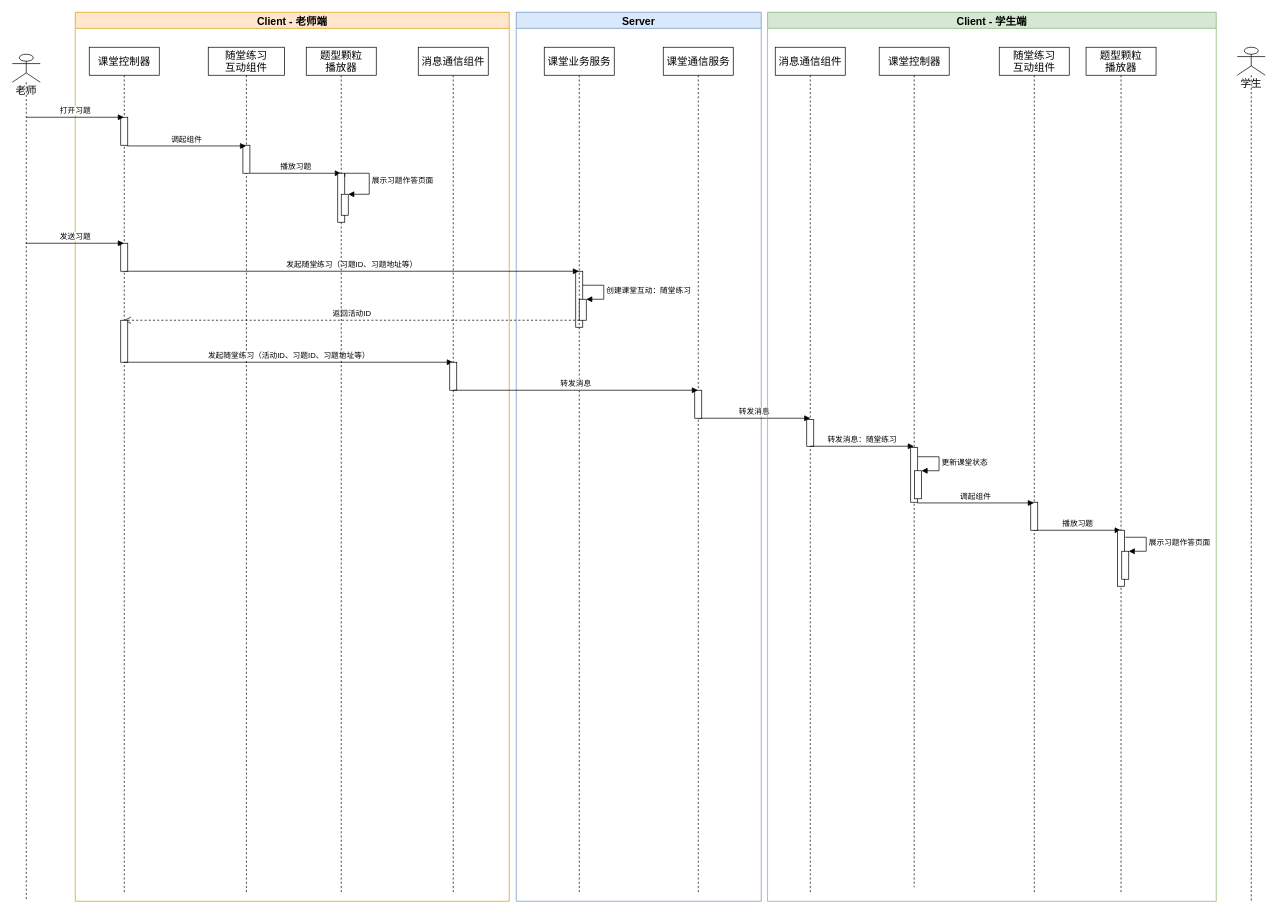
Earlier version of the draw.io diagram page "随堂练习" (7 of 7) of K12-智慧教室.drawio (TinlerLin/SmartClassroom). Source tidied: cells renumbered, new cells numbered last; positions are measured from the earlier drawing's top-left corner, leaving out a move shared by most shapes. Both pictures are drawn from the tidied source at 70%, with x=0, y=0 at pixel (12, 12).
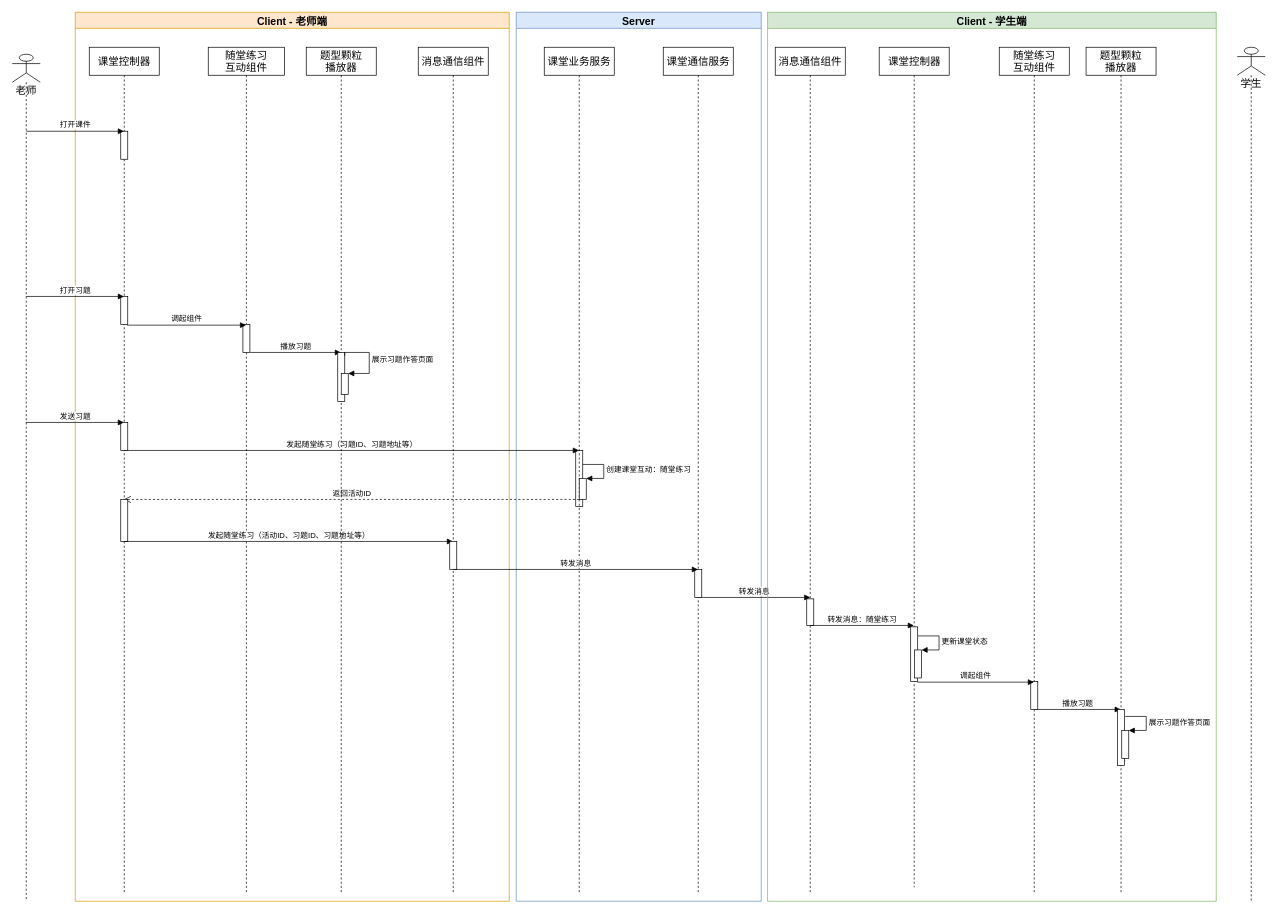
The same diagram, later.

Unchanged cells that the change refers to:
```xml
<mxCell id="2" value="Server" style="swimlane;fontSize=15;strokeWidth=1;fillColor=#dae8fc;strokeColor=#6c8ebf;" parent="1" vertex="1">
  <mxGeometry x="720" width="350" height="1270" as="geometry" />
</mxCell>
<mxCell id="4" value="课堂业务服务" style="shape=umlLifeline;perimeter=lifelinePerimeter;whiteSpace=wrap;html=1;outlineConnect=0;fontSize=15;" parent="2" vertex="1">
  <mxGeometry x="40" y="50" width="100" height="1210" as="geometry" />
</mxCell>
<mxCell id="7" value="课堂通信服务" style="shape=umlLifeline;perimeter=lifelinePerimeter;whiteSpace=wrap;html=1;outlineConnect=0;fontSize=15;" parent="2" vertex="1">
  <mxGeometry x="210" y="50" width="100" height="1210" as="geometry" />
</mxCell>
<mxCell id="12" value="Client - 学生端" style="swimlane;fontSize=15;fillColor=#d5e8d4;strokeColor=#82b366;" parent="1" vertex="1">
  <mxGeometry x="1079" width="641" height="1270" as="geometry" />
</mxCell>
<mxCell id="13" value="随堂练习&lt;br&gt;互动组件" style="shape=umlLifeline;perimeter=lifelinePerimeter;whiteSpace=wrap;html=1;outlineConnect=0;fontSize=15;" parent="12" vertex="1">
  <mxGeometry x="331" y="50" width="100" height="1210" as="geometry" />
</mxCell>
<mxCell id="15" value="课堂控制器" style="shape=umlLifeline;perimeter=lifelinePerimeter;whiteSpace=wrap;html=1;outlineConnect=0;fontSize=15;" parent="12" vertex="1">
  <mxGeometry x="159.5" y="50" width="100" height="1200" as="geometry" />
</mxCell>
<mxCell id="16" value="题型颗粒&lt;br&gt;播放器" style="shape=umlLifeline;perimeter=lifelinePerimeter;whiteSpace=wrap;html=1;outlineConnect=0;fontSize=15;" parent="12" vertex="1">
  <mxGeometry x="455" y="50" width="100" height="1210" as="geometry" />
</mxCell>
<mxCell id="27" value="Client - 老师端" style="swimlane;fontSize=15;fillColor=#ffe6cc;strokeColor=#d79b00;align=center;" parent="1" vertex="1">
  <mxGeometry x="90" width="620" height="1270" as="geometry" />
</mxCell>
<mxCell id="28" value="随堂练习&lt;br&gt;互动组件" style="shape=umlLifeline;perimeter=lifelinePerimeter;whiteSpace=wrap;html=1;outlineConnect=0;fontSize=15;" parent="27" vertex="1">
  <mxGeometry x="190" y="50" width="109" height="1210" as="geometry" />
</mxCell>
<mxCell id="31" value="课堂控制器" style="shape=umlLifeline;perimeter=lifelinePerimeter;whiteSpace=wrap;html=1;outlineConnect=0;fontSize=15;" parent="27" vertex="1">
  <mxGeometry x="20" y="50" width="100" height="1210" as="geometry" />
</mxCell>
<mxCell id="35" value="题型颗粒&lt;br&gt;播放器" style="shape=umlLifeline;perimeter=lifelinePerimeter;whiteSpace=wrap;html=1;outlineConnect=0;fontSize=15;" parent="27" vertex="1">
  <mxGeometry x="330" y="50" width="100" height="1210" as="geometry" />
</mxCell>
<mxCell id="36" value="消息通信组件" style="shape=umlLifeline;perimeter=lifelinePerimeter;whiteSpace=wrap;html=1;outlineConnect=0;fontSize=15;" parent="27" vertex="1">
  <mxGeometry x="490" y="50" width="100" height="1210" as="geometry" />
</mxCell>
<mxCell id="45" value="老师" style="shape=umlLifeline;participant=umlActor;perimeter=lifelinePerimeter;whiteSpace=wrap;html=1;verticalAlign=top;spacingTop=36;outlineConnect=0;fontSize=15;" parent="1" vertex="1">
  <mxGeometry y="60" width="40" height="1210" as="geometry" />
</mxCell>
```

What changed in the source:
```diff
@@
     <mxCell id="3" style="html=1;perimeter=orthogonalPerimeter;" parent="2" vertex="1">
-      <mxGeometry x="85" y="370" width="10" height="80" as="geometry" />
+      <mxGeometry x="85" y="626" width="10" height="80" as="geometry" />
     </mxCell>
@@
     <mxCell id="5" style="html=1;points=[];perimeter=orthogonalPerimeter;" parent="4" vertex="1">
-      <mxGeometry x="50" y="360" width="10" height="30" as="geometry" />
+      <mxGeometry x="50" y="616" width="10" height="30" as="geometry" />
     </mxCell>
     <mxCell id="6" value="创建课堂互动：随堂练习" style="edgeStyle=orthogonalEdgeStyle;html=1;align=left;spacingLeft=2;endArrow=block;rounded=0;entryX=1;entryY=0;" parent="4" edge="1" target="5">
       <mxGeometry relative="1" as="geometry">
-        <mxPoint x="55" y="340" as="sourcePoint" />
+        <mxPoint x="55" y="596" as="sourcePoint" />
         <Array as="points">
-          <mxPoint x="85" y="340" />
+          <mxPoint x="85" y="596" />
         </Array>
       </mxGeometry>
     </mxCell>
@@
     <mxCell id="8" value="转发消息" style="html=1;verticalAlign=bottom;endArrow=block;" parent="7" edge="1">
       <mxGeometry relative="1" as="geometry">
-        <mxPoint x="50" y="530" as="sourcePoint" />
-        <mxPoint x="210" y="530" as="targetPoint" />
+        <mxPoint x="50" y="786" as="sourcePoint" />
+        <mxPoint x="210" y="786" as="targetPoint" />
       </mxGeometry>
     </mxCell>
-    <mxCell id="9" value="返回活动ID" style="html=1;verticalAlign=bottom;endArrow=open;dashed=1;endSize=8;" parent="2" edge="1" target="31">
+    <mxCell id="9" value="返回活动ID" style="html=1;verticalAlign=bottom;endArrow=open;dashed=1;endSize=8;" parent="2" edge="1">
       <mxGeometry relative="1" as="geometry">
-        <mxPoint x="90" y="440" as="sourcePoint" />
+        <mxPoint x="90" y="696" as="sourcePoint" />
+        <mxPoint x="-560.5" y="696" as="targetPoint" />
       </mxGeometry>
     </mxCell>
     <mxCell id="10" style="html=1;perimeter=orthogonalPerimeter;" parent="2" vertex="1">
-      <mxGeometry x="255" y="540" width="10" height="40" as="geometry" />
+      <mxGeometry x="255" y="796" width="10" height="40" as="geometry" />
     </mxCell>
@@
-    <mxCell id="14" value="播放习题" style="html=1;verticalAlign=bottom;endArrow=block;" parent="13" edge="1" target="16">
+    <mxCell id="14" value="播放习题" style="html=1;verticalAlign=bottom;endArrow=block;" parent="13" edge="1">
       <mxGeometry relative="1" as="geometry">
-        <mxPoint x="50" y="690" as="sourcePoint" />
+        <mxPoint x="50" y="946" as="sourcePoint" />
+        <mxPoint x="173.5" y="946" as="targetPoint" />
       </mxGeometry>
     </mxCell>
@@
     <mxCell id="17" style="html=1;perimeter=orthogonalPerimeter;" parent="16" vertex="1">
-      <mxGeometry x="45" y="690" width="10" height="80" as="geometry" />
+      <mxGeometry x="45" y="946" width="10" height="80" as="geometry" />
     </mxCell>
     <mxCell id="18" style="html=1;perimeter=orthogonalPerimeter;" parent="12" vertex="1">
-      <mxGeometry x="56" y="582" width="10" height="38" as="geometry" />
+      <mxGeometry x="56" y="838" width="10" height="38" as="geometry" />
     </mxCell>
-    <mxCell id="19" value="转发消息：随堂练习" style="html=1;verticalAlign=bottom;endArrow=block;" parent="12" edge="1" target="15">
+    <mxCell id="19" value="转发消息：随堂练习" style="html=1;verticalAlign=bottom;endArrow=block;" parent="12" edge="1">
       <mxGeometry relative="1" as="geometry">
-        <mxPoint x="61" y="620" as="sourcePoint" />
+        <mxPoint x="61" y="876" as="sourcePoint" />
+        <mxPoint x="209" y="876" as="targetPoint" />
       </mxGeometry>
     </mxCell>
     <mxCell id="20" style="html=1;perimeter=orthogonalPerimeter;" parent="12" vertex="1">
-      <mxGeometry x="204.5" y="622" width="10" height="78" as="geometry" />
+      <mxGeometry x="204.5" y="878" width="10" height="78" as="geometry" />
     </mxCell>
     <mxCell id="21" style="html=1;points=[];perimeter=orthogonalPerimeter;" parent="12" vertex="1">
-      <mxGeometry x="210" y="655" width="10" height="40" as="geometry" />
+      <mxGeometry x="210" y="911" width="10" height="40" as="geometry" />
     </mxCell>
     <mxCell id="22" value="更新课堂状态" style="edgeStyle=orthogonalEdgeStyle;html=1;align=left;spacingLeft=2;endArrow=block;rounded=0;entryX=1;entryY=0;" parent="12" edge="1" target="21">
       <mxGeometry relative="1" as="geometry">
-        <mxPoint x="215" y="635" as="sourcePoint" />
+        <mxPoint x="215" y="891" as="sourcePoint" />
         <Array as="points">
-          <mxPoint x="245" y="635" />
+          <mxPoint x="245" y="891" />
         </Array>
       </mxGeometry>
     </mxCell>
     <mxCell id="23" style="html=1;perimeter=orthogonalPerimeter;" parent="12" vertex="1">
-      <mxGeometry x="376" y="700" width="10" height="40" as="geometry" />
+      <mxGeometry x="376" y="956" width="10" height="40" as="geometry" />
     </mxCell>
-    <mxCell id="24" value="调起组件" style="html=1;verticalAlign=bottom;endArrow=block;exitX=0.4;exitY=1.15;exitDx=0;exitDy=0;exitPerimeter=0;" parent="12" edge="1" source="21" target="13">
-      <mxGeometry relative="1" as="geometry" />
+    <mxCell id="24" value="调起组件" style="html=1;verticalAlign=bottom;endArrow=block;exitX=0.4;exitY=1.15;exitDx=0;exitDy=0;exitPerimeter=0;" parent="12" edge="1" source="21">
+      <mxGeometry relative="1" as="geometry">
+        <mxPoint x="380.5" y="957" as="targetPoint" />
+      </mxGeometry>
     </mxCell>
     <mxCell id="25" style="html=1;points=[];perimeter=orthogonalPerimeter;" parent="12" vertex="1">
-      <mxGeometry x="506" y="770" width="10" height="40" as="geometry" />
+      <mxGeometry x="506" y="1026" width="10" height="40" as="geometry" />
     </mxCell>
     <mxCell id="26" value="展示习题作答页面" style="edgeStyle=orthogonalEdgeStyle;html=1;align=left;spacingLeft=2;endArrow=block;rounded=0;entryX=1;entryY=0;" parent="12" edge="1" target="25">
       <mxGeometry relative="1" as="geometry">
-        <mxPoint x="511" y="750" as="sourcePoint" />
+        <mxPoint x="511" y="1006" as="sourcePoint" />
         <Array as="points">
-          <mxPoint x="541" y="750" />
+          <mxPoint x="541" y="1006" />
         </Array>
       </mxGeometry>
     </mxCell>
@@
     <mxCell id="29" style="html=1;perimeter=orthogonalPerimeter;" parent="28" vertex="1">
-      <mxGeometry x="49.5" y="140" width="10" height="40" as="geometry" />
+      <mxGeometry x="49.5" y="396" width="10" height="40" as="geometry" />
     </mxCell>
-    <mxCell id="30" value="播放习题" style="html=1;verticalAlign=bottom;endArrow=block;" parent="28" edge="1" target="35">
+    <mxCell id="30" value="播放习题" style="html=1;verticalAlign=bottom;endArrow=block;" parent="28" edge="1">
       <mxGeometry relative="1" as="geometry">
-        <mxPoint x="60" y="180" as="sourcePoint" />
+        <mxPoint x="60" y="436" as="sourcePoint" />
+        <mxPoint x="189.5" y="436" as="targetPoint" />
       </mxGeometry>
     </mxCell>
@@
-    <mxCell id="32" value="发起随堂练习（习题ID、习题地址等）" style="html=1;verticalAlign=bottom;endArrow=block;" parent="31" edge="1" target="4">
+    <mxCell id="32" value="发起随堂练习（习题ID、习题地址等）" style="html=1;verticalAlign=bottom;endArrow=block;" parent="31" edge="1">
       <mxGeometry relative="1" as="geometry">
-        <mxPoint x="50" y="320" as="sourcePoint" />
+        <mxPoint x="50" y="576" as="sourcePoint" />
+        <mxPoint x="699.5" y="576" as="targetPoint" />
       </mxGeometry>
     </mxCell>
     <mxCell id="33" style="html=1;perimeter=orthogonalPerimeter;" parent="31" vertex="1">
-      <mxGeometry x="45" y="390" width="10" height="60" as="geometry" />
+      <mxGeometry x="45" y="646" width="10" height="60" as="geometry" />
     </mxCell>
-    <mxCell id="34" value="发起随堂练习（活动ID、习题ID、习题地址等）" style="html=1;verticalAlign=bottom;endArrow=block;" parent="31" edge="1" target="36">
+    <mxCell id="34" value="发起随堂练习（活动ID、习题ID、习题地址等）" style="html=1;verticalAlign=bottom;endArrow=block;" parent="31" edge="1">
       <mxGeometry relative="1" as="geometry">
-        <mxPoint x="50" y="450" as="sourcePoint" />
+        <mxPoint x="50" y="706" as="sourcePoint" />
+        <mxPoint x="519.5" y="706" as="targetPoint" />
       </mxGeometry>
     </mxCell>
@@
     <mxCell id="37" style="html=1;perimeter=orthogonalPerimeter;" parent="36" vertex="1">
-      <mxGeometry x="45" y="450" width="10" height="40" as="geometry" />
+      <mxGeometry x="45" y="706" width="10" height="40" as="geometry" />
     </mxCell>
-    <mxCell id="38" value="转发消息" style="html=1;verticalAlign=bottom;endArrow=block;" parent="36" edge="1" target="7">
+    <mxCell id="38" value="转发消息" style="html=1;verticalAlign=bottom;endArrow=block;" parent="36" edge="1">
       <mxGeometry relative="1" as="geometry">
-        <mxPoint x="50" y="490" as="sourcePoint" />
+        <mxPoint x="50" y="746" as="sourcePoint" />
+        <mxPoint x="399.5" y="746" as="targetPoint" />
       </mxGeometry>
     </mxCell>
     <mxCell id="39" style="html=1;perimeter=orthogonalPerimeter;" parent="27" vertex="1">
-      <mxGeometry x="65" y="150" width="10" height="40" as="geometry" />
+      <mxGeometry x="65" y="406" width="10" height="40" as="geometry" />
     </mxCell>
-    <mxCell id="40" value="调起组件" style="html=1;verticalAlign=bottom;endArrow=block;" parent="27" edge="1" target="28">
+    <mxCell id="40" value="调起组件" style="html=1;verticalAlign=bottom;endArrow=block;" parent="27" edge="1">
       <mxGeometry relative="1" as="geometry">
-        <mxPoint x="74" y="191" as="sourcePoint" />
+        <mxPoint x="74" y="447" as="sourcePoint" />
+        <mxPoint x="244" y="447" as="targetPoint" />
       </mxGeometry>
     </mxCell>
     <mxCell id="41" style="html=1;points=[];perimeter=orthogonalPerimeter;fontFamily=Helvetica;fontSize=12;fontColor=#000000;align=center;strokeColor=#000000;fillColor=#ffffff;" parent="27" vertex="1">
-      <mxGeometry x="375" y="230" width="10" height="70" as="geometry" />
+      <mxGeometry x="375" y="486" width="10" height="70" as="geometry" />
     </mxCell>
     <mxCell id="42" value="展示习题作答页面" style="edgeStyle=orthogonalEdgeStyle;html=1;align=left;spacingLeft=2;endArrow=block;rounded=0;entryX=1;entryY=0;exitX=1;exitY=0.075;exitDx=0;exitDy=0;exitPerimeter=0;" parent="27" edge="1" source="41" target="43">
       <mxGeometry relative="1" as="geometry">
         <Array as="points">
-          <mxPoint x="385" y="230" />
-          <mxPoint x="420" y="230" />
-          <mxPoint x="420" y="260" />
+          <mxPoint x="385" y="486" />
+          <mxPoint x="420" y="486" />
+          <mxPoint x="420" y="516" />
         </Array>
       </mxGeometry>
     </mxCell>
     <mxCell id="43" style="html=1;points=[];perimeter=orthogonalPerimeter;" parent="27" vertex="1">
-      <mxGeometry x="380" y="260" width="10" height="30" as="geometry" />
+      <mxGeometry x="380" y="516" width="10" height="30" as="geometry" />
     </mxCell>
     <mxCell id="44" style="html=1;perimeter=orthogonalPerimeter;" parent="27" vertex="1">
-      <mxGeometry x="65" y="330" width="10" height="40" as="geometry" />
+      <mxGeometry x="65" y="586" width="10" height="40" as="geometry" />
     </mxCell>
+    <mxCell id="49" style="html=1;perimeter=orthogonalPerimeter;" parent="27" vertex="1">
+      <mxGeometry x="65" y="170" width="10" height="40" as="geometry" />
+    </mxCell>
@@
-    <mxCell id="46" value="打开习题" style="html=1;verticalAlign=bottom;endArrow=block;" parent="45" edge="1" target="31">
+    <mxCell id="46" value="打开习题" style="html=1;verticalAlign=bottom;endArrow=block;" parent="45" edge="1">
       <mxGeometry relative="1" as="geometry">
-        <mxPoint x="20" y="90" as="sourcePoint" />
+        <mxPoint x="20" y="346" as="sourcePoint" />
+        <mxPoint x="159.5" y="346" as="targetPoint" />
       </mxGeometry>
     </mxCell>
+    <mxCell id="50" value="打开课件" style="html=1;verticalAlign=bottom;endArrow=block;" parent="45" edge="1" target="31">
+      <mxGeometry relative="1" as="geometry">
+        <mxPoint x="20" y="110" as="sourcePoint" />
+      </mxGeometry>
+    </mxCell>
@@
-    <mxCell id="48" value="发送习题" style="html=1;verticalAlign=bottom;endArrow=block;" parent="1" edge="1" source="45" target="31">
+    <mxCell id="48" value="发送习题" style="html=1;verticalAlign=bottom;endArrow=block;" parent="1" edge="1">
       <mxGeometry relative="1" as="geometry">
+        <mxPoint x="19.5" y="586" as="sourcePoint" />
+        <mxPoint x="159.5" y="586" as="targetPoint" />
         <Array as="points">
-          <mxPoint x="100" y="330" />
+          <mxPoint x="100" y="586" />
         </Array>
       </mxGeometry>
     </mxCell>
```
